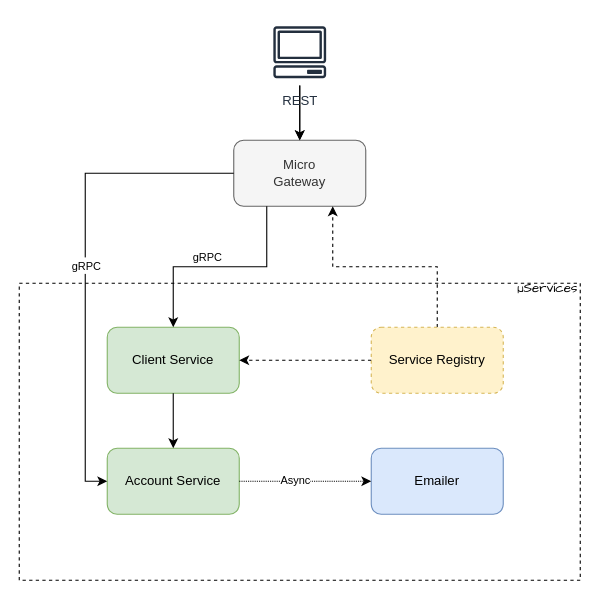
Before: docs/images/deployment.drawio in xmlking/micro-starter-kit, a draw.io diagram. Source tidied: cells renumbered, new cells numbered last; positions are measured from the earlier drawing's top-left corner, leaving out a move shared by most shapes. Both pictures are drawn from the tidied source at 110%, with x=0, y=0 at pixel (19, 19).
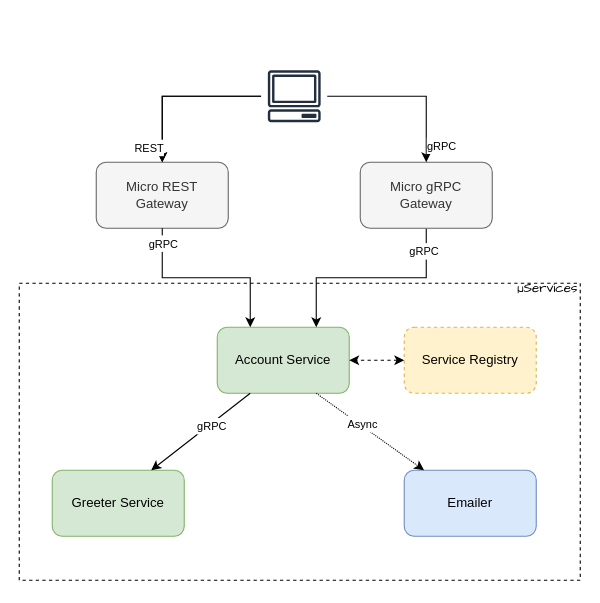
Above is the later version.

Commit message (it also covers changes not shown here):
docs: deployment doc updated [skip ci]

Unchanged cells that the change refers to:
```xml
<mxCell id="18" style="edgeStyle=orthogonalEdgeStyle;rounded=0;jettySize=auto;html=1;" parent="1" edge="1" source="19" target="2">
  <mxGeometry relative="1" as="geometry" />
</mxCell>
```

The edit, as a diff of the source:
```diff
@@
-    <mxCell id="2" value="Micro&lt;br&gt;Gateway" style="rounded=1;whiteSpace=wrap;html=1;fillColor=#f5f5f5;strokeColor=#666666;fontColor=#333333;" parent="1" vertex="1">
-      <mxGeometry x="195" y="110" width="120" height="60" as="geometry" />
+    <mxCell id="2" value="Micro REST&lt;br&gt;Gateway" style="rounded=1;whiteSpace=wrap;html=1;fillColor=#f5f5f5;strokeColor=#666666;fontColor=#333333;" parent="1" vertex="1">
+      <mxGeometry x="70" y="130" width="120" height="60" as="geometry" />
     </mxCell>
@@
-    <mxCell id="4" value="Client Service" style="rounded=1;whiteSpace=wrap;html=1;fillColor=#d5e8d4;strokeColor=#82b366;" parent="1" vertex="1">
-      <mxGeometry x="80" y="280" width="120" height="60" as="geometry" />
+    <mxCell id="4" value="Account Service" style="rounded=1;whiteSpace=wrap;html=1;fillColor=#d5e8d4;strokeColor=#82b366;" parent="1" vertex="1">
+      <mxGeometry x="180" y="280" width="120" height="60" as="geometry" />
     </mxCell>
-    <mxCell id="5" value="Account Service" style="rounded=1;whiteSpace=wrap;html=1;fillColor=#d5e8d4;strokeColor=#82b366;" parent="1" vertex="1">
-      <mxGeometry x="80" y="390" width="120" height="60" as="geometry" />
+    <mxCell id="5" value="Greeter Service" style="rounded=1;whiteSpace=wrap;html=1;fillColor=#d5e8d4;strokeColor=#82b366;" parent="1" vertex="1">
+      <mxGeometry x="30" y="410" width="120" height="60" as="geometry" />
     </mxCell>
     <mxCell id="6" value="Emailer" style="rounded=1;whiteSpace=wrap;html=1;fillColor=#dae8fc;strokeColor=#6c8ebf;" parent="1" vertex="1">
-      <mxGeometry x="320" y="390" width="120" height="60" as="geometry" />
+      <mxGeometry x="350" y="410" width="120" height="60" as="geometry" />
     </mxCell>
-    <mxCell id="7" style="endArrow=classic;html=1;exitX=0.5;exitY=1;exitDx=0;exitDy=0;entryX=0.5;entryY=0;entryDx=0;entryDy=0;" parent="1" edge="1" source="4" target="5">
+    <mxCell id="7" style="endArrow=classic;html=1;exitX=0.25;exitY=1;exitDx=0;exitDy=0;entryX=0.75;entryY=0;entryDx=0;entryDy=0;" parent="1" edge="1" source="4" target="5">
       <mxGeometry relative="1" as="geometry" />
     </mxCell>
+    <mxCell id="20" value="&lt;font style=&quot;font-size: 10px&quot;&gt;gRPC&lt;/font&gt;" style="text;html=1;align=center;verticalAlign=middle;labelBackgroundColor=#ffffff;" parent="7" vertex="1">
+      <mxGeometry x="-0.2" y="2" relative="1" as="geometry" />
+    </mxCell>
-    <mxCell id="8" style="edgeStyle=orthogonalEdgeStyle;rounded=0;jettySize=auto;html=1;exitX=0.25;exitY=1;exitDx=0;exitDy=0;" parent="1" edge="1" source="2" target="4">
+    <mxCell id="8" style="edgeStyle=orthogonalEdgeStyle;rounded=0;jettySize=auto;html=1;exitX=0.5;exitY=1;exitDx=0;exitDy=0;entryX=0.25;entryY=0;entryDx=0;entryDy=0;" parent="1" edge="1" source="2" target="4">
       <mxGeometry relative="1" as="geometry" />
     </mxCell>
-    <mxCell id="9" value="&lt;font style=&quot;font-size: 10px&quot;&gt;gRPC&lt;/font&gt;" style="text;html=1;align=center;verticalAlign=middle;labelBackgroundColor=#ffffff;" parent="8" vertex="1">
-      <mxGeometry x="-0.53" y="-27" relative="1" as="geometry">
-        <mxPoint x="-28" y="-1" as="offset" />
-      </mxGeometry>
-    </mxCell>
+    <mxCell id="21" value="&lt;span style=&quot;font-size: 10px&quot;&gt;gRPC&lt;/span&gt;" style="text;html=1;align=center;verticalAlign=middle;labelBackgroundColor=#ffffff;" parent="8" vertex="1">
+      <mxGeometry x="-0.7" relative="1" as="geometry">
+        <mxPoint y="-13" as="offset" />
+      </mxGeometry>
+    </mxCell>
-    <mxCell id="10" style="endArrow=classic;html=1;exitX=1;exitY=0.5;exitDx=0;exitDy=0;dashed=1;dashPattern=1 1;" parent="1" edge="1" source="5" target="6">
+    <mxCell id="10" style="endArrow=classic;html=1;exitX=0.75;exitY=1;exitDx=0;exitDy=0;dashed=1;dashPattern=1 1;" parent="1" edge="1" source="4" target="6">
       <mxGeometry relative="1" as="geometry" />
     </mxCell>
@@
-    <mxCell id="12" style="edgeStyle=orthogonalEdgeStyle;rounded=0;jettySize=auto;html=1;exitX=0.5;exitY=0;exitDx=0;exitDy=0;dashed=1;entryX=0.75;entryY=1;entryDx=0;entryDy=0;" parent="1" edge="1" source="13" target="2">
-      <mxGeometry relative="1" as="geometry" />
-    </mxCell>
     <mxCell id="13" value="Service Registry" style="rounded=1;whiteSpace=wrap;html=1;dashed=1;fillColor=#fff2cc;strokeColor=#d6b656;" parent="1" vertex="1">
-      <mxGeometry x="320" y="280" width="120" height="60" as="geometry" />
+      <mxGeometry x="350" y="280" width="120" height="60" as="geometry" />
     </mxCell>
-    <mxCell id="14" style="edgeStyle=orthogonalEdgeStyle;rounded=0;jettySize=auto;html=1;entryX=0;entryY=0.5;entryDx=0;entryDy=0;exitX=0;exitY=0.5;exitDx=0;exitDy=0;" parent="1" edge="1" source="2" target="5">
+    <mxCell id="14" style="edgeStyle=orthogonalEdgeStyle;rounded=0;jettySize=auto;html=1;entryX=0.75;entryY=0;entryDx=0;entryDy=0;exitX=0.5;exitY=1;exitDx=0;exitDy=0;" parent="1" edge="1" source="24" target="4">
       <mxGeometry relative="1" as="geometry" />
     </mxCell>
-    <mxCell id="15" value="&lt;font style=&quot;font-size: 10px&quot;&gt;gRPC&lt;/font&gt;" style="text;html=1;align=center;verticalAlign=middle;labelBackgroundColor=#ffffff;" parent="14" vertex="1">
-      <mxGeometry x="-0.32" y="70" relative="1" as="geometry">
-        <mxPoint x="-70" y="70" as="offset" />
-      </mxGeometry>
-    </mxCell>
+    <mxCell id="22" value="&lt;span style=&quot;font-size: 10px&quot;&gt;gRPC&lt;/span&gt;" style="text;html=1;align=center;verticalAlign=middle;labelBackgroundColor=#ffffff;" parent="14" vertex="1">
+      <mxGeometry x="-0.79" y="-3" relative="1" as="geometry" />
+    </mxCell>
-    <mxCell id="16" style="edgeStyle=orthogonalEdgeStyle;rounded=0;jettySize=auto;html=1;dashed=1;entryX=1;entryY=0.5;entryDx=0;entryDy=0;" parent="1" edge="1" source="13" target="4">
+    <mxCell id="16" style="edgeStyle=orthogonalEdgeStyle;rounded=0;jettySize=auto;html=1;dashed=1;entryX=1;entryY=0.5;entryDx=0;entryDy=0;startArrow=classic;startFill=1;" parent="1" edge="1" source="13" target="4">
       <mxGeometry relative="1" as="geometry" />
     </mxCell>
@@
+    <mxCell id="23" value="&lt;font style=&quot;font-size: 10px&quot;&gt;REST&lt;/font&gt;" style="text;html=1;align=center;verticalAlign=middle;labelBackgroundColor=#ffffff;" parent="18" vertex="1">
+      <mxGeometry x="0.06" y="23" relative="1" as="geometry">
+        <mxPoint x="-23" y="23" as="offset" />
+      </mxGeometry>
+    </mxCell>
-    <mxCell id="19" value="REST" style="outlineConnect=0;fontColor=#232F3E;gradientColor=none;strokeColor=#232F3E;fillColor=#ffffff;dashed=0;verticalLabelPosition=bottom;verticalAlign=top;align=center;html=1;fontSize=12;fontStyle=0;shape=mxgraph.aws4.resourceIcon;resIcon=mxgraph.aws4.client;" parent="1" vertex="1">
-      <mxGeometry x="225" width="60" height="60" as="geometry" />
+    <mxCell id="19" style="outlineConnect=0;fontColor=#232F3E;gradientColor=none;strokeColor=#232F3E;fillColor=#ffffff;dashed=0;verticalLabelPosition=bottom;verticalAlign=top;align=center;html=1;fontSize=12;fontStyle=0;shape=mxgraph.aws4.resourceIcon;resIcon=mxgraph.aws4.client;" parent="1" vertex="1">
+      <mxGeometry x="220" y="40" width="60" height="60" as="geometry" />
     </mxCell>
+    <mxCell id="24" value="Micro gRPC&lt;br&gt;Gateway" style="rounded=1;whiteSpace=wrap;html=1;fillColor=#f5f5f5;strokeColor=#666666;fontColor=#333333;" parent="1" vertex="1">
+      <mxGeometry x="310" y="130" width="120" height="60" as="geometry" />
+    </mxCell>
+    <mxCell id="25" style="edgeStyle=orthogonalEdgeStyle;rounded=0;jettySize=auto;html=1;entryX=0.5;entryY=0;entryDx=0;entryDy=0;" parent="1" edge="1" source="19" target="24">
+      <mxGeometry relative="1" as="geometry" />
+    </mxCell>
+    <mxCell id="26" value="&lt;font style=&quot;font-size: 10px&quot;&gt;gRPC&lt;/font&gt;" style="text;html=1;align=center;verticalAlign=middle;labelBackgroundColor=#ffffff;" parent="25" vertex="1">
+      <mxGeometry x="0.06" y="-22" relative="1" as="geometry">
+        <mxPoint x="23" y="22" as="offset" />
+      </mxGeometry>
+    </mxCell>
```
